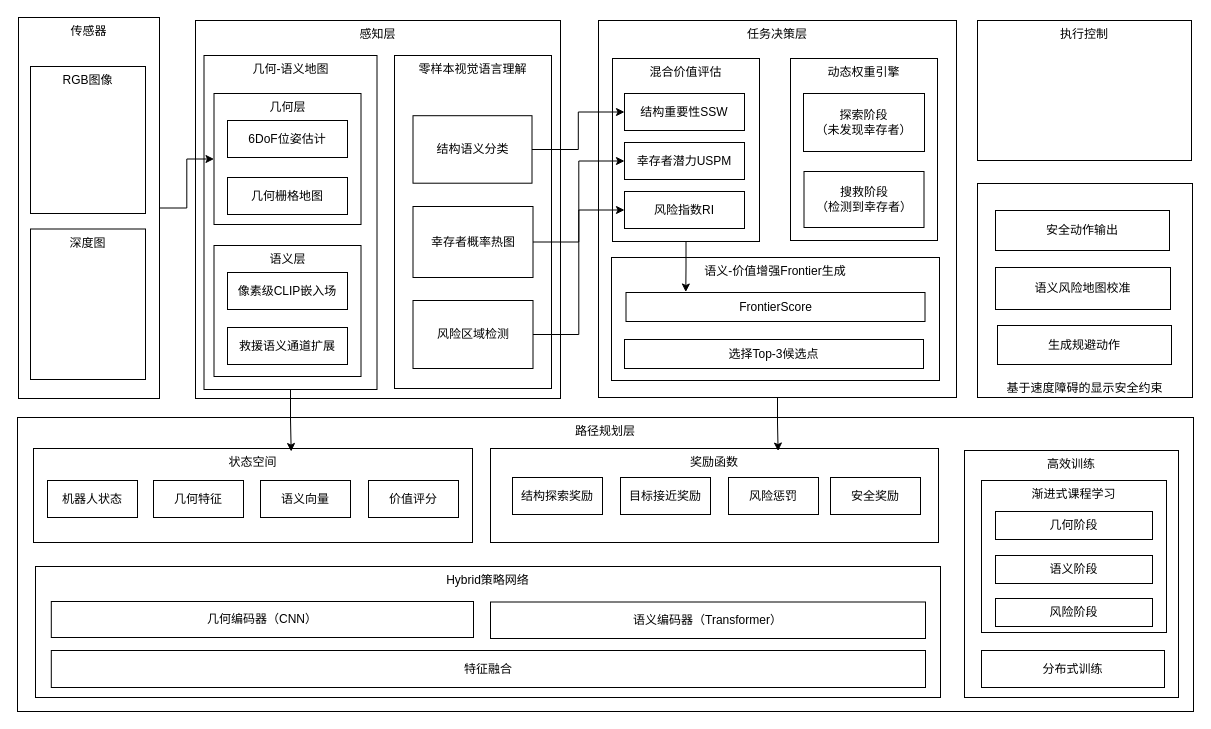
Above: 未命名绘图.drawio in qingyuhai/myGitTemp (draw.io), before the change. Source tidied: cells renumbered, new cells numbered last; positions are measured from the earlier drawing's top-left corner, leaving out a move shared by most shapes. Both pictures are drawn from the tidied source at 100%, with x=0, y=0 at pixel (17, 17).
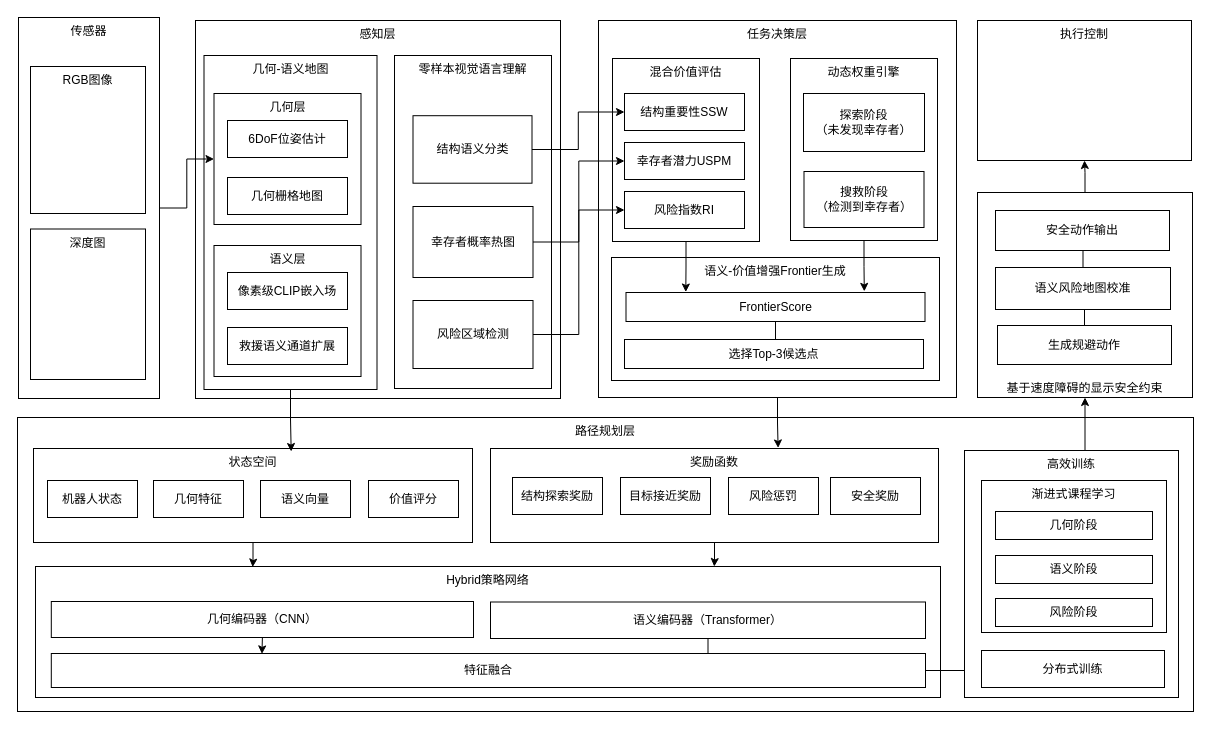
The same page after the edit.

Commit message (it also covers changes not shown here):
更新未命名绘图.drawio

Unchanged cells that the change refers to:
```xml
<mxCell id="4" value="任务决策层" style="rounded=0;whiteSpace=wrap;html=1;verticalAlign=top;" parent="1" vertex="1">
  <mxGeometry x="581" y="3" width="358" height="377" as="geometry" />
</mxCell>
<mxCell id="6" value="执行控制" style="rounded=0;whiteSpace=wrap;html=1;verticalAlign=top;" parent="1" vertex="1">
  <mxGeometry x="960" y="3" width="214" height="140" as="geometry" />
</mxCell>
<mxCell id="14" value="动态权重引擎" style="rounded=0;whiteSpace=wrap;html=1;verticalAlign=top;" parent="1" vertex="1">
  <mxGeometry x="773" y="41" width="147" height="182" as="geometry" />
</mxCell>
<mxCell id="17" value="Hybrid策略网络" style="rounded=0;whiteSpace=wrap;html=1;verticalAlign=top;" parent="1" vertex="1">
  <mxGeometry x="18" y="549" width="905" height="131" as="geometry" />
</mxCell>
<mxCell id="18" value="状态空间" style="rounded=0;whiteSpace=wrap;html=1;verticalAlign=top;" parent="1" vertex="1">
  <mxGeometry x="16" y="431" width="439" height="94" as="geometry" />
</mxCell>
<mxCell id="19" value="几何编码器（CNN）" style="rounded=0;whiteSpace=wrap;html=1;" parent="1" vertex="1">
  <mxGeometry x="33.8" y="584" width="422.2" height="36" as="geometry" />
</mxCell>
<mxCell id="20" value="语义编码器（Transformer）" style="rounded=0;whiteSpace=wrap;html=1;" parent="1" vertex="1">
  <mxGeometry x="473" y="584.5" width="435" height="36.5" as="geometry" />
</mxCell>
<mxCell id="24" value="生成规避动作" style="rounded=0;whiteSpace=wrap;html=1;" parent="1" vertex="1">
  <mxGeometry x="980" y="308" width="174" height="39" as="geometry" />
</mxCell>
<mxCell id="25" value="语义风险地图校准" style="rounded=0;whiteSpace=wrap;html=1;" parent="1" vertex="1">
  <mxGeometry x="978" y="250" width="175" height="42" as="geometry" />
</mxCell>
<mxCell id="30" value="奖励函数" style="rounded=0;whiteSpace=wrap;html=1;verticalAlign=top;" parent="1" vertex="1">
  <mxGeometry x="473" y="431" width="448" height="94" as="geometry" />
</mxCell>
<mxCell id="40" value="安全动作输出" style="rounded=0;whiteSpace=wrap;html=1;" parent="1" vertex="1">
  <mxGeometry x="978" y="193" width="174" height="40" as="geometry" />
</mxCell>
<mxCell id="49" value="&lt;div&gt;&lt;div class=&quot;old-record-id-MrWGdxZGiolvprx9qxSc6dqvnWe&quot;&gt;&lt;div&gt;&lt;div class=&quot;ace-line ace-line old-record-id-MdqQdFTXMoa1VLxG5Y0cHxWdnwl&quot;&gt;&lt;span class=&quot;j-block-container&quot;&gt;FrontierScore&lt;/span&gt;&lt;/div&gt;&lt;/div&gt;&lt;span class=&quot;lark-record-clipboard&quot; data-lark-record-data=&quot;{&amp;quot;rootId&amp;quot;:&amp;quot;BNPAdGCBEommW2xqo2ccPuPGn6e&amp;quot;,&amp;quot;text&amp;quot;:{&amp;quot;initialAttributedTexts&amp;quot;:{&amp;quot;text&amp;quot;:{&amp;quot;0&amp;quot;:&amp;quot; &amp;quot;},&amp;quot;attribs&amp;quot;:{&amp;quot;0&amp;quot;:&amp;quot;*2*0*1+1&amp;quot;}},&amp;quot;apool&amp;quot;:{&amp;quot;numToAttrib&amp;quot;:{&amp;quot;0&amp;quot;:[&amp;quot;equation&amp;quot;,&amp;quot;\\text{FrontierScore}\n&amp;quot;],&amp;quot;1&amp;quot;:[&amp;quot;objectID&amp;quot;,&amp;quot;rOXUzTqO&amp;quot;],&amp;quot;2&amp;quot;:[&amp;quot;author&amp;quot;,&amp;quot;7080140424181972994&amp;quot;]},&amp;quot;nextNum&amp;quot;:3}},&amp;quot;type&amp;quot;:&amp;quot;text&amp;quot;,&amp;quot;referenceRecordMap&amp;quot;:{},&amp;quot;extra&amp;quot;:{&amp;quot;channel&amp;quot;:&amp;quot;saas&amp;quot;,&amp;quot;isEqualBlockSelection&amp;quot;:true,&amp;quot;pasteRandomId&amp;quot;:&amp;quot;67b2a4c2-bbb4-4ff4-b034-cae2410ab669&amp;quot;,&amp;quot;mention_page_title&amp;quot;:{},&amp;quot;external_mention_url&amp;quot;:{}},&amp;quot;isKeepQuoteContainer&amp;quot;:false,&amp;quot;isFromCode&amp;quot;:false,&amp;quot;selection&amp;quot;:[{&amp;quot;id&amp;quot;:252,&amp;quot;type&amp;quot;:&amp;quot;text&amp;quot;,&amp;quot;selection&amp;quot;:{&amp;quot;start&amp;quot;:0,&amp;quot;end&amp;quot;:1},&amp;quot;recordId&amp;quot;:&amp;quot;MdqQdFTXMoa1VLxG5Y0cHxWdnwl&amp;quot;}],&amp;quot;payloadMap&amp;quot;:{},&amp;quot;isCut&amp;quot;:false}&quot;&gt;&lt;/span&gt;&lt;/div&gt;&lt;/div&gt;&lt;span class=&quot;lark-record-clipboard&quot; data-lark-record-data=&quot;{&amp;quot;rootId&amp;quot;:&amp;quot;BNPAdGCBEommW2xqo2ccPuPGn6e&amp;quot;,&amp;quot;text&amp;quot;:{&amp;quot;initialAttributedTexts&amp;quot;:{&amp;quot;text&amp;quot;:{&amp;quot;0&amp;quot;:&amp;quot;价值地图引导的Frontier选择&amp;quot;},&amp;quot;attribs&amp;quot;:{&amp;quot;0&amp;quot;:&amp;quot;*0*1+h&amp;quot;}},&amp;quot;apool&amp;quot;:{&amp;quot;numToAttrib&amp;quot;:{&amp;quot;0&amp;quot;:[&amp;quot;author&amp;quot;,&amp;quot;7080140424181972994&amp;quot;],&amp;quot;1&amp;quot;:[&amp;quot;bold&amp;quot;,&amp;quot;true&amp;quot;]},&amp;quot;nextNum&amp;quot;:2}},&amp;quot;type&amp;quot;:&amp;quot;text&amp;quot;,&amp;quot;referenceRecordMap&amp;quot;:{},&amp;quot;extra&amp;quot;:{&amp;quot;channel&amp;quot;:&amp;quot;saas&amp;quot;,&amp;quot;isEqualBlockSelection&amp;quot;:false,&amp;quot;pasteRandomId&amp;quot;:&amp;quot;e27646a3-14b2-4f86-8ac1-85d0b10dd6ea&amp;quot;,&amp;quot;mention_page_title&amp;quot;:{},&amp;quot;external_mention_url&amp;quot;:{}},&amp;quot;isKeepQuoteContainer&amp;quot;:false,&amp;quot;isFromCode&amp;quot;:false,&amp;quot;selection&amp;quot;:[{&amp;quot;id&amp;quot;:241,&amp;quot;type&amp;quot;:&amp;quot;text&amp;quot;,&amp;quot;selection&amp;quot;:{&amp;quot;start&amp;quot;:0,&amp;quot;end&amp;quot;:17},&amp;quot;recordId&amp;quot;:&amp;quot;MrWGdxZGiolvprx9qxSc6dqvnWe&amp;quot;}],&amp;quot;payloadMap&amp;quot;:{},&amp;quot;isCut&amp;quot;:false}&quot;&gt;&lt;/span&gt;" style="rounded=0;whiteSpace=wrap;html=1;" parent="1" vertex="1">
  <mxGeometry x="608.5" y="275" width="299" height="29" as="geometry" />
</mxCell>
<mxCell id="50" value="&lt;div&gt;&lt;div class=&quot;old-record-id-MrWGdxZGiolvprx9qxSc6dqvnWe&quot;&gt;&lt;div&gt;&lt;div class=&quot;ace-line ace-line old-record-id-MdqQdFTXMoa1VLxG5Y0cHxWdnwl&quot;&gt;&lt;div&gt;&lt;div class=&quot;old-record-id-ON2RdJJ0aoLhdgxKIYQc2rJrnkc&quot;&gt;选择Top-3候选点&lt;/div&gt;&lt;/div&gt;&lt;span class=&quot;lark-record-clipboard&quot; data-lark-record-data=&quot;{&amp;quot;rootId&amp;quot;:&amp;quot;BNPAdGCBEommW2xqo2ccPuPGn6e&amp;quot;,&amp;quot;text&amp;quot;:{&amp;quot;initialAttributedTexts&amp;quot;:{&amp;quot;text&amp;quot;:{&amp;quot;0&amp;quot;:&amp;quot;选择Top-3候选点&amp;quot;},&amp;quot;attribs&amp;quot;:{&amp;quot;0&amp;quot;:&amp;quot;*0+a&amp;quot;}},&amp;quot;apool&amp;quot;:{&amp;quot;numToAttrib&amp;quot;:{&amp;quot;0&amp;quot;:[&amp;quot;author&amp;quot;,&amp;quot;7080140424181972994&amp;quot;]},&amp;quot;nextNum&amp;quot;:1}},&amp;quot;type&amp;quot;:&amp;quot;text&amp;quot;,&amp;quot;referenceRecordMap&amp;quot;:{},&amp;quot;extra&amp;quot;:{&amp;quot;channel&amp;quot;:&amp;quot;saas&amp;quot;,&amp;quot;isEqualBlockSelection&amp;quot;:false,&amp;quot;pasteRandomId&amp;quot;:&amp;quot;8e714dca-01f3-4ddd-979a-de3e74d18979&amp;quot;,&amp;quot;mention_page_title&amp;quot;:{},&amp;quot;external_mention_url&amp;quot;:{}},&amp;quot;isKeepQuoteContainer&amp;quot;:false,&amp;quot;isFromCode&amp;quot;:false,&amp;quot;selection&amp;quot;:[{&amp;quot;id&amp;quot;:616,&amp;quot;type&amp;quot;:&amp;quot;text&amp;quot;,&amp;quot;selection&amp;quot;:{&amp;quot;start&amp;quot;:32,&amp;quot;end&amp;quot;:42},&amp;quot;recordId&amp;quot;:&amp;quot;ON2RdJJ0aoLhdgxKIYQc2rJrnkc&amp;quot;}],&amp;quot;payloadMap&amp;quot;:{},&amp;quot;isCut&amp;quot;:false}&quot;&gt;&lt;/span&gt;&lt;/div&gt;&lt;/div&gt;&lt;span class=&quot;lark-record-clipboard&quot; data-lark-record-data=&quot;{&amp;quot;rootId&amp;quot;:&amp;quot;BNPAdGCBEommW2xqo2ccPuPGn6e&amp;quot;,&amp;quot;text&amp;quot;:{&amp;quot;initialAttributedTexts&amp;quot;:{&amp;quot;text&amp;quot;:{&amp;quot;0&amp;quot;:&amp;quot; &amp;quot;},&amp;quot;attribs&amp;quot;:{&amp;quot;0&amp;quot;:&amp;quot;*2*0*1+1&amp;quot;}},&amp;quot;apool&amp;quot;:{&amp;quot;numToAttrib&amp;quot;:{&amp;quot;0&amp;quot;:[&amp;quot;equation&amp;quot;,&amp;quot;\\text{FrontierScore}\n&amp;quot;],&amp;quot;1&amp;quot;:[&amp;quot;objectID&amp;quot;,&amp;quot;rOXUzTqO&amp;quot;],&amp;quot;2&amp;quot;:[&amp;quot;author&amp;quot;,&amp;quot;7080140424181972994&amp;quot;]},&amp;quot;nextNum&amp;quot;:3}},&amp;quot;type&amp;quot;:&amp;quot;text&amp;quot;,&amp;quot;referenceRecordMap&amp;quot;:{},&amp;quot;extra&amp;quot;:{&amp;quot;channel&amp;quot;:&amp;quot;saas&amp;quot;,&amp;quot;isEqualBlockSelection&amp;quot;:true,&amp;quot;pasteRandomId&amp;quot;:&amp;quot;67b2a4c2-bbb4-4ff4-b034-cae2410ab669&amp;quot;,&amp;quot;mention_page_title&amp;quot;:{},&amp;quot;external_mention_url&amp;quot;:{}},&amp;quot;isKeepQuoteContainer&amp;quot;:false,&amp;quot;isFromCode&amp;quot;:false,&amp;quot;selection&amp;quot;:[{&amp;quot;id&amp;quot;:252,&amp;quot;type&amp;quot;:&amp;quot;text&amp;quot;,&amp;quot;selection&amp;quot;:{&amp;quot;start&amp;quot;:0,&amp;quot;end&amp;quot;:1},&amp;quot;recordId&amp;quot;:&amp;quot;MdqQdFTXMoa1VLxG5Y0cHxWdnwl&amp;quot;}],&amp;quot;payloadMap&amp;quot;:{},&amp;quot;isCut&amp;quot;:false}&quot;&gt;&lt;/span&gt;&lt;/div&gt;&lt;/div&gt;&lt;span class=&quot;lark-record-clipboard&quot; data-lark-record-data=&quot;{&amp;quot;rootId&amp;quot;:&amp;quot;BNPAdGCBEommW2xqo2ccPuPGn6e&amp;quot;,&amp;quot;text&amp;quot;:{&amp;quot;initialAttributedTexts&amp;quot;:{&amp;quot;text&amp;quot;:{&amp;quot;0&amp;quot;:&amp;quot;价值地图引导的Frontier选择&amp;quot;},&amp;quot;attribs&amp;quot;:{&amp;quot;0&amp;quot;:&amp;quot;*0*1+h&amp;quot;}},&amp;quot;apool&amp;quot;:{&amp;quot;numToAttrib&amp;quot;:{&amp;quot;0&amp;quot;:[&amp;quot;author&amp;quot;,&amp;quot;7080140424181972994&amp;quot;],&amp;quot;1&amp;quot;:[&amp;quot;bold&amp;quot;,&amp;quot;true&amp;quot;]},&amp;quot;nextNum&amp;quot;:2}},&amp;quot;type&amp;quot;:&amp;quot;text&amp;quot;,&amp;quot;referenceRecordMap&amp;quot;:{},&amp;quot;extra&amp;quot;:{&amp;quot;channel&amp;quot;:&amp;quot;saas&amp;quot;,&amp;quot;isEqualBlockSelection&amp;quot;:false,&amp;quot;pasteRandomId&amp;quot;:&amp;quot;e27646a3-14b2-4f86-8ac1-85d0b10dd6ea&amp;quot;,&amp;quot;mention_page_title&amp;quot;:{},&amp;quot;external_mention_url&amp;quot;:{}},&amp;quot;isKeepQuoteContainer&amp;quot;:false,&amp;quot;isFromCode&amp;quot;:false,&amp;quot;selection&amp;quot;:[{&amp;quot;id&amp;quot;:241,&amp;quot;type&amp;quot;:&amp;quot;text&amp;quot;,&amp;quot;selection&amp;quot;:{&amp;quot;start&amp;quot;:0,&amp;quot;end&amp;quot;:17},&amp;quot;recordId&amp;quot;:&amp;quot;MrWGdxZGiolvprx9qxSc6dqvnWe&amp;quot;}],&amp;quot;payloadMap&amp;quot;:{},&amp;quot;isCut&amp;quot;:false}&quot;&gt;&lt;/span&gt;" style="rounded=0;whiteSpace=wrap;html=1;" parent="1" vertex="1">
  <mxGeometry x="607" y="322" width="299" height="29" as="geometry" />
</mxCell>
```

What changed in the source:
```diff
@@
+    <mxCell id="61" style="edgeStyle=orthogonalEdgeStyle;rounded=0;jettySize=auto;html=1;" parent="1" edge="1" source="20" target="35">
+      <mxGeometry relative="1" as="geometry" />
+    </mxCell>
@@
+    <mxCell id="62" style="edgeStyle=orthogonalEdgeStyle;rounded=0;jettySize=auto;html=1;" parent="1" edge="1" source="21" target="6">
+      <mxGeometry relative="1" as="geometry" />
+    </mxCell>
     <mxCell id="21" value="&lt;div&gt;&lt;div class=&quot;old-record-id-UI9NddCrRo0jrax99HIcFApNn1e&quot;&gt;基于速度障碍的&lt;span style=&quot;color: light-dark(rgb(0, 0, 0), rgb(255, 255, 255));&quot;&gt;显示安全约束&lt;/span&gt;&lt;/div&gt;&lt;/div&gt;" style="rounded=0;whiteSpace=wrap;html=1;verticalAlign=bottom;" parent="1" vertex="1">
-      <mxGeometry x="960" y="166" width="215" height="214" as="geometry" />
+      <mxGeometry x="960" y="175" width="215" height="205" as="geometry" />
     </mxCell>
@@
+    <mxCell id="63" style="edgeStyle=orthogonalEdgeStyle;rounded=0;jettySize=auto;html=1;entryX=0.503;entryY=1;entryDx=0;entryDy=0;entryPerimeter=0;" parent="1" edge="1" source="24" target="25">
+      <mxGeometry relative="1" as="geometry" />
+    </mxCell>
@@
+    <mxCell id="64" style="edgeStyle=orthogonalEdgeStyle;rounded=0;jettySize=auto;html=1;" parent="1" edge="1" source="25" target="40">
+      <mxGeometry relative="1" as="geometry" />
+    </mxCell>
@@
+    <mxCell id="65" style="edgeStyle=orthogonalEdgeStyle;rounded=0;jettySize=auto;html=1;entryX=0.75;entryY=0;entryDx=0;entryDy=0;" parent="1" edge="1" source="30" target="17">
+      <mxGeometry relative="1" as="geometry" />
+    </mxCell>
@@
+    <mxCell id="66" style="edgeStyle=orthogonalEdgeStyle;rounded=0;jettySize=auto;html=1;" parent="1" edge="1" source="35" target="21">
+      <mxGeometry relative="1" as="geometry" />
+    </mxCell>
     <mxCell id="35" value="特征融合" style="rounded=0;whiteSpace=wrap;html=1;" parent="1" vertex="1">
-      <mxGeometry x="33.8" y="633" width="874.2" height="37" as="geometry" />
+      <mxGeometry x="33.8" y="636" width="874.2" height="34" as="geometry" />
     </mxCell>
@@
+    <mxCell id="67" style="edgeStyle=orthogonalEdgeStyle;rounded=0;jettySize=auto;html=1;" parent="1" edge="1" source="49" target="50">
+      <mxGeometry relative="1" as="geometry" />
+    </mxCell>
@@
-    <mxCell id="60" style="edgeStyle=orthogonalEdgeStyle;rounded=0;jettySize=auto;html=1;entryX=0.642;entryY=0.027;entryDx=0;entryDy=0;entryPerimeter=0;" parent="1" edge="1" source="4" target="30">
+    <mxCell id="60" style="edgeStyle=orthogonalEdgeStyle;rounded=0;jettySize=auto;html=1;entryX=0.642;entryY=-0.006;entryDx=0;entryDy=0;entryPerimeter=0;" parent="1" edge="1" source="4" target="30">
       <mxGeometry relative="1" as="geometry" />
     </mxCell>
+    <mxCell id="68" style="edgeStyle=orthogonalEdgeStyle;rounded=0;jettySize=auto;html=1;entryX=0.24;entryY=0.004;entryDx=0;entryDy=0;entryPerimeter=0;" parent="1" edge="1" source="18" target="17">
+      <mxGeometry relative="1" as="geometry" />
+    </mxCell>
+    <mxCell id="69" style="edgeStyle=orthogonalEdgeStyle;rounded=0;jettySize=auto;html=1;exitX=0.5;exitY=1;exitDx=0;exitDy=0;entryX=0.241;entryY=0.012;entryDx=0;entryDy=0;entryPerimeter=0;" parent="1" edge="1" source="19" target="35">
+      <mxGeometry relative="1" as="geometry" />
+    </mxCell>
+    <mxCell id="70" style="edgeStyle=orthogonalEdgeStyle;rounded=0;jettySize=auto;html=1;entryX=0.797;entryY=-0.039;entryDx=0;entryDy=0;entryPerimeter=0;" parent="1" edge="1" source="14" target="49">
+      <mxGeometry relative="1" as="geometry" />
+    </mxCell>
```
